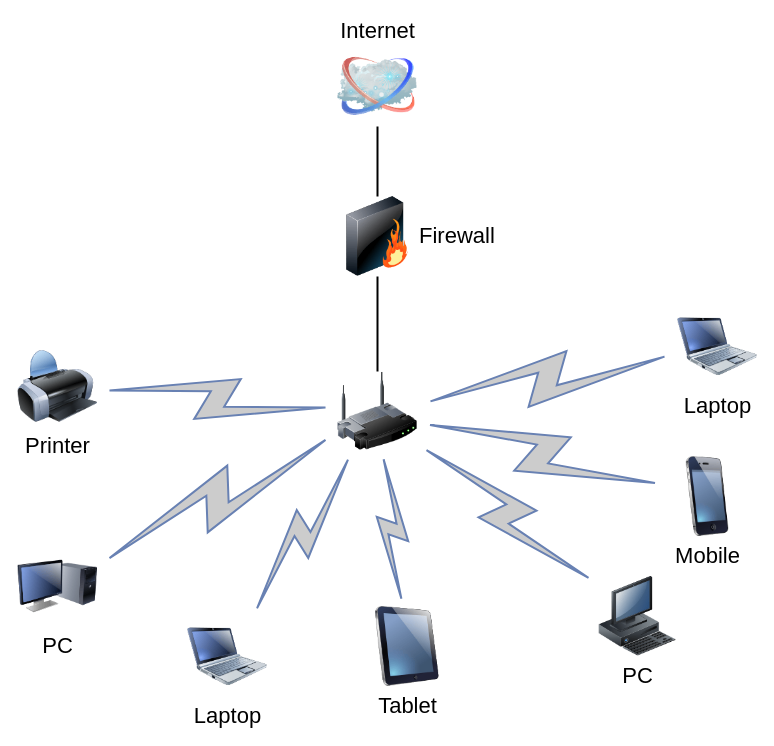
Above: VPNS.drawio.xml in michaelrmartins/influx-diagram (draw.io), before the change. Source tidied: cells renumbered, new cells numbered last; positions are measured from the earlier drawing's top-left corner, leaving out a move shared by most shapes. Both pictures are drawn from the tidied source at 100%, with x=0, y=0 at pixel (17, 46).
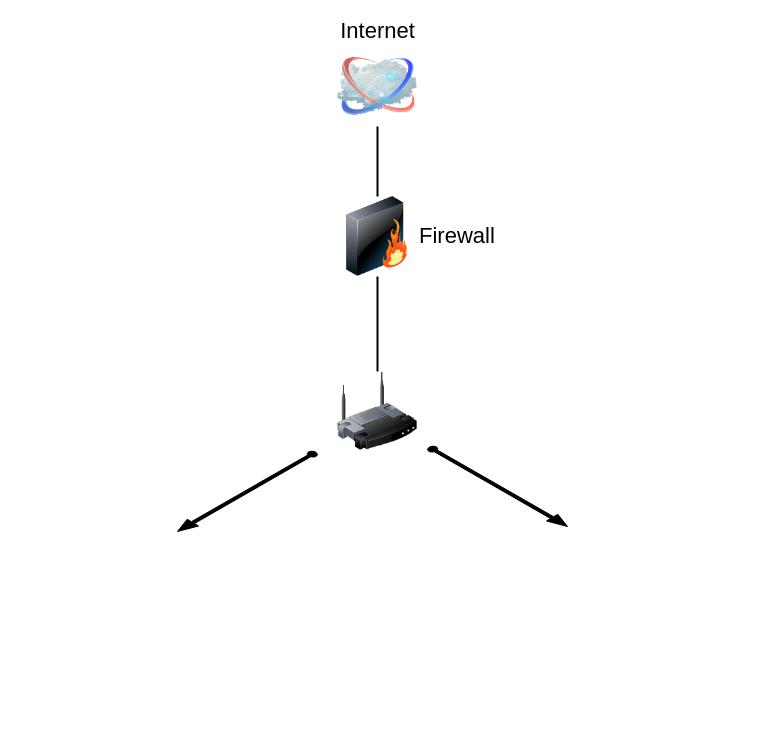
The same page after the edit.

The change refers to these unchanged cells:
```xml
<mxCell id="3" style="image;html=1;labelBackgroundColor=#ffffff;image=img/lib/clip_art/networking/Wireless_Router_128x128.png;rounded=1;shadow=0;comic=0;strokeWidth=2;fontSize=22;" parent="1" vertex="1">
  <mxGeometry x="320" y="325" width="80" height="80" as="geometry" />
</mxCell>
```

What changed in the source:
```diff
@@
-    <mxCell id="7" value="Tablet" style="image;html=1;labelBackgroundColor=#ffffff;image=img/lib/clip_art/computers/iPad_128x128.png;rounded=1;shadow=0;comic=0;strokeWidth=2;fontSize=22;" parent="1" vertex="1">
-      <mxGeometry x="350" y="560" width="80" height="80" as="geometry" />
-    </mxCell>
-    <mxCell id="8" value="PC" style="image;html=1;labelBackgroundColor=#ffffff;image=img/lib/clip_art/computers/Monitor_Tower_128x128.png;rounded=1;shadow=0;comic=0;strokeWidth=2;fontSize=22;" parent="1" vertex="1">
-      <mxGeometry y="500" width="80" height="80" as="geometry" />
-    </mxCell>
-    <mxCell id="9" value="Printer" style="image;html=1;labelBackgroundColor=#ffffff;image=img/lib/clip_art/computers/Printer_128x128.png;rounded=1;shadow=0;comic=0;strokeWidth=2;fontSize=22;" parent="1" vertex="1">
-      <mxGeometry y="300" width="80" height="80" as="geometry" />
-    </mxCell>
-    <mxCell id="10" value="PC" style="image;html=1;labelBackgroundColor=#ffffff;image=img/lib/clip_art/computers/Workstation_128x128.png;rounded=1;shadow=0;comic=0;strokeWidth=2;fontSize=22;" parent="1" vertex="1">
-      <mxGeometry x="580" y="530" width="80" height="80" as="geometry" />
-    </mxCell>
-    <mxCell id="11" value="Mobile" style="image;html=1;labelBackgroundColor=#ffffff;image=img/lib/clip_art/telecommunication/iPhone_128x128.png;rounded=1;shadow=0;comic=0;strokeWidth=2;fontSize=22;" parent="1" vertex="1">
-      <mxGeometry x="650" y="410" width="80" height="80" as="geometry" />
-    </mxCell>
-    <mxCell id="12" value="Laptop" style="image;html=1;labelBackgroundColor=#ffffff;image=img/lib/clip_art/computers/Netbook_128x128.png;rounded=1;shadow=0;comic=0;strokeColor=#000000;strokeWidth=2;fillColor=#FFFFFF;fontSize=22;fontColor=#000000;" parent="1" vertex="1">
-      <mxGeometry x="660" y="260" width="80" height="80" as="geometry" />
-    </mxCell>
-    <mxCell id="13" value="Laptop" style="image;html=1;labelBackgroundColor=#ffffff;image=img/lib/clip_art/computers/Netbook_128x128.png;rounded=1;shadow=0;comic=0;strokeWidth=2;fontSize=22;" parent="1" vertex="1">
-      <mxGeometry x="170" y="570" width="80" height="80" as="geometry" />
-    </mxCell>
-    <mxCell id="14" style="html=1;fillColor=#CCCCCC;strokeColor=#6881B3;gradientColor=none;gradientDirection=north;strokeWidth=2;shape=mxgraph.networks.comm_link_edge;html=1;labelBackgroundColor=none;endArrow=none;fontFamily=Verdana;fontSize=22;fontColor=#000000;" parent="1" edge="1" source="9" target="3">
-      <mxGeometry relative="1" as="geometry" />
-    </mxCell>
-    <mxCell id="15" style="html=1;fillColor=#CCCCCC;strokeColor=#6881B3;gradientColor=none;gradientDirection=north;strokeWidth=2;shape=mxgraph.networks.comm_link_edge;html=1;labelBackgroundColor=none;endArrow=none;fontFamily=Verdana;fontSize=22;fontColor=#000000;fontStyle=1;" parent="1" edge="1" source="8" target="3">
-      <mxGeometry relative="1" as="geometry" />
-    </mxCell>
-    <mxCell id="16" style="html=1;fillColor=#CCCCCC;strokeColor=#6881B3;gradientColor=none;gradientDirection=north;strokeWidth=2;shape=mxgraph.networks.comm_link_edge;html=1;labelBackgroundColor=none;endArrow=none;fontFamily=Verdana;fontSize=22;fontColor=#000000;" parent="1" edge="1" source="13" target="3">
-      <mxGeometry relative="1" as="geometry" />
-    </mxCell>
-    <mxCell id="17" style="html=1;fillColor=#CCCCCC;strokeColor=#6881B3;gradientColor=none;gradientDirection=north;strokeWidth=2;shape=mxgraph.networks.comm_link_edge;html=1;labelBackgroundColor=none;endArrow=none;fontFamily=Verdana;fontSize=22;fontColor=#000000;" parent="1" edge="1" source="7" target="3">
-      <mxGeometry relative="1" as="geometry" />
-    </mxCell>
-    <mxCell id="18" style="html=1;fillColor=#CCCCCC;strokeColor=#6881B3;gradientColor=none;gradientDirection=north;strokeWidth=2;shape=mxgraph.networks.comm_link_edge;html=1;labelBackgroundColor=none;endArrow=none;fontFamily=Verdana;fontSize=22;fontColor=#000000;" parent="1" edge="1" source="10" target="3">
-      <mxGeometry relative="1" as="geometry" />
-    </mxCell>
-    <mxCell id="19" style="html=1;fillColor=#CCCCCC;strokeColor=#6881B3;gradientColor=none;gradientDirection=north;strokeWidth=2;shape=mxgraph.networks.comm_link_edge;html=1;labelBackgroundColor=none;endArrow=none;fontFamily=Verdana;fontSize=22;fontColor=#000000;" parent="1" edge="1" source="11" target="3">
-      <mxGeometry relative="1" as="geometry" />
-    </mxCell>
-    <mxCell id="20" style="html=1;fillColor=#CCCCCC;strokeColor=#6881B3;gradientColor=none;gradientDirection=north;strokeWidth=2;shape=mxgraph.networks.comm_link_edge;html=1;labelBackgroundColor=none;endArrow=none;fontFamily=Verdana;fontSize=22;fontColor=#000000;" parent="1" edge="1" source="12" target="3">
-      <mxGeometry relative="1" as="geometry" />
-    </mxCell>
+    <mxCell id="21" style="verticalLabelPosition=bottom;html=1;verticalAlign=top;strokeWidth=1;align=center;dashed=0;shape=mxgraph.aws3d.arrowSW;fillColor=#000000;" parent="1" vertex="1">
+      <mxGeometry x="160" y="405" width="140" height="80" as="geometry" />
+    </mxCell>
+    <mxCell id="22" style="verticalLabelPosition=bottom;html=1;verticalAlign=top;strokeWidth=1;align=center;dashed=0;shape=mxgraph.aws3d.arrowSE;fillColor=#000000;" parent="1" vertex="1">
+      <mxGeometry x="410" y="400" width="140" height="80" as="geometry" />
+    </mxCell>
```
